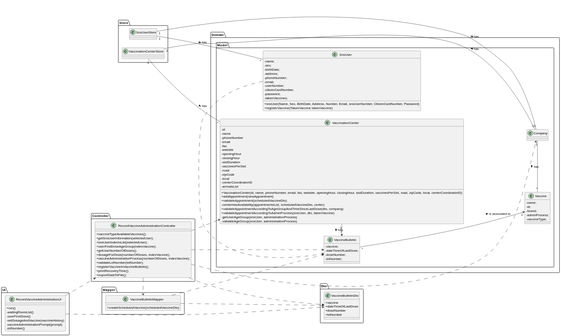
This is docs/SprintD/US008/US008_CD.svg from Pirussa/lei-22-s2-1da-g02, a PlantUML export, as it was before one commit. Source of this version:
```plantuml
@startuml
skinparam classAttributeIconSize 0

left to right direction

package UI {
class RecordVaccineAdministrationUI {
+run()
-waitingRoomList()
-userFirstDose()
-setDosageAndVaccine(vaccineHistory)
-vaccineAdministrationPrompt(prompt)
-lotNumber()
}
}

package Controller {
class RecordVaccineAdministrationController {
+vaccineTypeAvailableVaccines();
+getSnsUserInformation(selectedUser);
+snsUserIndexInList(selectedUser);
+userFirstDoseAgeGroup(indexVaccine);
+getUserNumberOfDoses();
+dosageForDose(numberOfDoses, indexVaccine);
+vaccineAdministrationProcess(numberOfDoses, indexVaccine);
+validateLotNumber(lotNumber);
+registerVaccineInVaccineBulletin();
+printRecoveryTime();
+exportDataToFile();
}
}

package Dto {
class VaccineBulletinDto {
+vaccine
+dateTimeOfLastDose
+doseNumber
+lotNumber
}
}

package Mapper {
class VaccineBulletinMapper {
+createScheduledVaccine(scheduledVaccineDto)
}
}

package Store {
class VaccinationCenterStore {}

class SnsUserStore {}
}

package Domain {
package Model {
class Company{}

class VaccinationCenter {
 -id
 -name
 -phoneNumber
 -email
 -fax
 -website
 -openingHour
 -closingHour
 -slotDuration
 -vaccinesPerSlot
 -road
 -zipCode
 -local
 -centerCoordinatorID
 -arrivalsList
 +VaccinationCenter(id, name, phoneNumber, email, fax, website, openingHour, closingHour, slotDuration, vaccinesPerSlot, road, zipCode, local, centerCoordinatorID)
 +addAppointment(newAppointment)
 +validateAppointment(scheduledVaccineDto)
 -centerHasAvailability(appointmentsList, scheduledVaccineDto, center)
 +validateAppointmentAccordingToAgeGroupAndTimeSinceLastDose(dto, company)
 +validateAppointmentAccordingToAdminProcess(snsUser, dto, takenVaccine)
 -getUserAgeGroup(snsUser, administrationProcess)
 -validateAgeGroup(snsUser, administrationProcess)
 }

class Vaccine {
-name;
-id;
-brand;
-adminProcess;
-vaccineType;
}
 class VaccineBulletin {
-vaccine;
-dateTimeOfLastDose;
-doseNumber;
-lotNumber;
 }

class SnsUser {
- name;
- sex;
- birthDate;
- address;
- phoneNumber;
- email;
- userNumber;
- citizenCardNumber;
- password;
- takenVaccines;
+ snsUser(Name, Sex, BirthDate, Address, Number, Email, snsUserNumber, CitizenCardNumber, Password)
+ registerVaccine(TakenVaccine takenVaccine)
}
}
}

RecordVaccineAdministrationUI ...> RecordVaccineAdministrationController

RecordVaccineAdministrationController ..> Company

Company "1" -u- "1" SnsUserStore : has >
Company "1" --u-- "1" VaccinationCenterStore : has >

SnsUserStore "1" -l- "*" SnsUser : has >
VaccinationCenterStore "1" -- "*" VaccinationCenter : has >

RecordVaccineAdministrationUI ..> VaccineBulletinDto
RecordVaccineAdministrationController ..> VaccineBulletinDto
RecordVaccineAdministrationController .r.> VaccineBulletinMapper

VaccineBulletinMapper ..> VaccineBulletinDto

RecordVaccineAdministrationController ..> VaccinationCenter

RecordVaccineAdministrationController ..> VaccineBulletin
VaccinationCenter "1" -> "*" VaccineBulletin : has >

Company "1" -l- "*" Vaccine : has >

SnsUser .> VaccineBulletin

VaccineBulletinMapper ..> VaccineBulletin

VaccineBulletin "*" ---> "1" Vaccine : is associated to >

@enduml
```
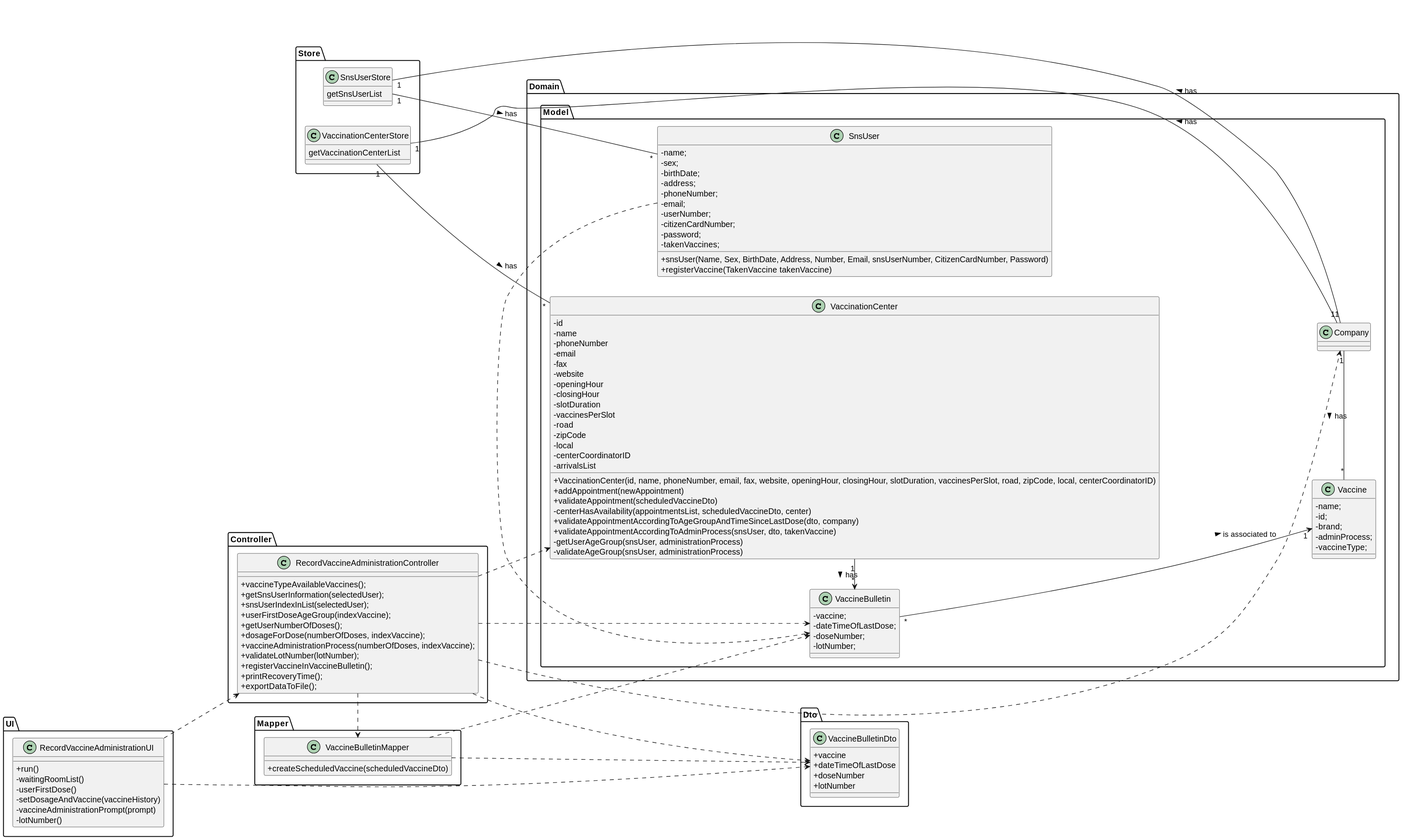
The same file after the commit.

Commit message:
US008 - |Design| - Sequence Diagram finished, Class Diagram finished and some changes on timer function.

Change to the diagram source:
```diff
@@ -46,11 +46,14 @@
 }
 
 package Store {
-class VaccinationCenterStore {}
-
-class SnsUserStore {}
+class VaccinationCenterStore {
+getVaccinationCenterList
 }
 
+class SnsUserStore {
+getSnsUserList
+}
+}
 package Domain {
 package Model {
 class Company{}
```
